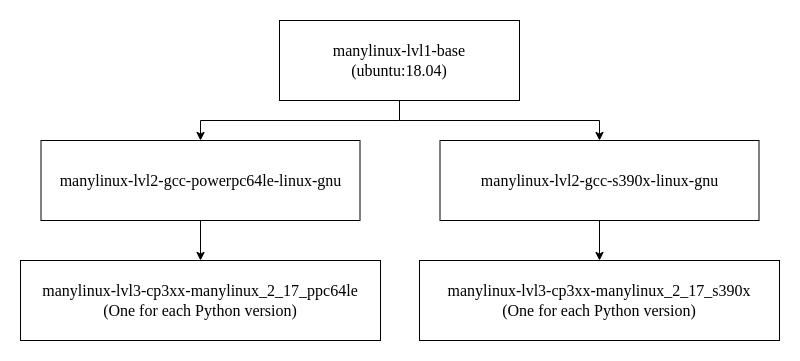
Before: images/manylinux/Docker_layer_graph_manylinux-part2.png, a diagram exported from draw.io (andreslilloortiz/pookie). Source tidied: cells renumbered, new cells last; positions are measured from the earlier drawing's top-left corner, leaving out a move shared by most shapes.
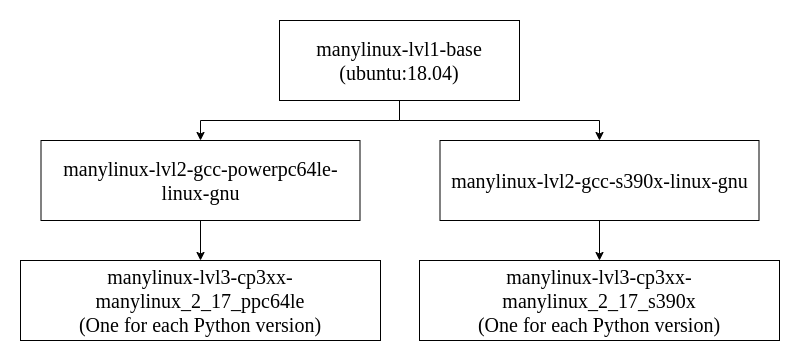
After the commit.

Commit message:
New docker layer images

The edit, as a diff of the source:
```diff
@@ -2,31 +2,31 @@
   <root>
     <mxCell id="0" />
     <mxCell id="1" parent="0" />
-    <mxCell id="2" value="&lt;font&gt;manylinux-lvl1-base&lt;/font&gt;&lt;div&gt;&lt;font&gt;(ubuntu:18.04)&lt;/font&gt;&lt;/div&gt;" style="rounded=0;whiteSpace=wrap;html=1;fontSize=16;gradientColor=none;fillColor=default;strokeColor=default;fontFamily=Times New Roman;" parent="1" vertex="1">
+    <mxCell id="2" value="&lt;font&gt;manylinux-lvl1-base&lt;/font&gt;&lt;div&gt;&lt;font&gt;(ubuntu:18.04)&lt;/font&gt;&lt;/div&gt;" style="rounded=0;whiteSpace=wrap;html=1;fontSize=20;gradientColor=none;fillColor=default;strokeColor=default;fontFamily=Times New Roman;" parent="1" vertex="1">
       <mxGeometry x="259" width="240" height="80" as="geometry" />
     </mxCell>
-    <mxCell id="3" value="&lt;font&gt;manylinux-lvl2-gcc-powerpc64le-linux-gnu&lt;/font&gt;" style="rounded=0;whiteSpace=wrap;html=1;strokeColor=default;fontSize=16;fontColor=default;fontFamily=Times New Roman;" parent="1" vertex="1">
+    <mxCell id="3" value="&lt;font&gt;manylinux-lvl2-gcc-powerpc64le-linux-gnu&lt;/font&gt;" style="rounded=0;whiteSpace=wrap;html=1;strokeColor=default;fontSize=20;fontColor=default;fontFamily=Times New Roman;" parent="1" vertex="1">
       <mxGeometry x="20.5" y="120" width="319" height="80" as="geometry" />
     </mxCell>
-    <mxCell id="4" value="&lt;font&gt;manylinux-&lt;span style=&quot;&quot;&gt;lvl3&lt;/span&gt;-&lt;span style=&quot;&quot;&gt;cp3xx-manylinux_2_17&lt;/span&gt;&lt;/font&gt;_ppc64le&lt;div&gt;&lt;font&gt;(One for each Python version)&lt;/font&gt;&lt;/div&gt;" style="rounded=0;whiteSpace=wrap;html=1;strokeColor=default;fontSize=16;fontColor=default;fontFamily=Times New Roman;" parent="1" vertex="1">
+    <mxCell id="4" value="&lt;font&gt;manylinux-&lt;span&gt;lvl3&lt;/span&gt;-&lt;span&gt;cp3xx-manylinux_2_17&lt;/span&gt;&lt;/font&gt;_ppc64le&lt;div&gt;&lt;font&gt;(One for each Python version)&lt;/font&gt;&lt;/div&gt;" style="rounded=0;whiteSpace=wrap;html=1;strokeColor=default;fontSize=20;fontColor=default;fontFamily=Times New Roman;" parent="1" vertex="1">
       <mxGeometry y="240" width="360" height="80" as="geometry" />
     </mxCell>
-    <mxCell id="5" style="edgeStyle=orthogonalEdgeStyle;rounded=0;jettySize=auto;html=1;exitX=0.5;exitY=1;exitDx=0;exitDy=0;entryX=0.5;entryY=0;entryDx=0;entryDy=0;fontSize=16;fontColor=default;fontFamily=Times New Roman;" parent="1" edge="1" source="3" target="4">
+    <mxCell id="5" style="edgeStyle=orthogonalEdgeStyle;rounded=0;jettySize=auto;html=1;exitX=0.5;exitY=1;exitDx=0;exitDy=0;entryX=0.5;entryY=0;entryDx=0;entryDy=0;fontSize=20;fontColor=default;fontFamily=Times New Roman;" parent="1" edge="1" source="3" target="4">
       <mxGeometry relative="1" as="geometry" />
     </mxCell>
-    <mxCell id="6" style="edgeStyle=orthogonalEdgeStyle;rounded=0;jettySize=auto;html=1;exitX=0.5;exitY=1;exitDx=0;exitDy=0;entryX=0.5;entryY=0;entryDx=0;entryDy=0;fontSize=16;fontColor=default;fontFamily=Times New Roman;" parent="1" edge="1" source="2" target="3">
+    <mxCell id="6" style="edgeStyle=orthogonalEdgeStyle;rounded=0;jettySize=auto;html=1;exitX=0.5;exitY=1;exitDx=0;exitDy=0;entryX=0.5;entryY=0;entryDx=0;entryDy=0;fontSize=20;fontColor=default;fontFamily=Times New Roman;" parent="1" edge="1" source="2" target="3">
       <mxGeometry relative="1" as="geometry" />
     </mxCell>
-    <mxCell id="7" value="&lt;font&gt;manylinux-lvl2-gcc-s390x-linux-gnu&lt;/font&gt;" style="rounded=0;whiteSpace=wrap;html=1;strokeColor=default;fontSize=16;fontColor=default;fontFamily=Times New Roman;" parent="1" vertex="1">
+    <mxCell id="7" value="&lt;font&gt;manylinux-lvl2-gcc-s390x-linux-gnu&lt;/font&gt;" style="rounded=0;whiteSpace=wrap;html=1;strokeColor=default;fontSize=20;fontColor=default;fontFamily=Times New Roman;" parent="1" vertex="1">
       <mxGeometry x="419.5" y="120" width="319" height="80" as="geometry" />
     </mxCell>
-    <mxCell id="8" value="&lt;font&gt;manylinux-&lt;span style=&quot;&quot;&gt;lvl3&lt;/span&gt;-&lt;span style=&quot;&quot;&gt;cp3xx-manylinux_2_17&lt;/span&gt;&lt;/font&gt;_s390x&lt;div&gt;&lt;font&gt;(One for each Python version)&lt;/font&gt;&lt;/div&gt;" style="rounded=0;whiteSpace=wrap;html=1;strokeColor=default;fontSize=16;fontColor=default;fontFamily=Times New Roman;" parent="1" vertex="1">
+    <mxCell id="8" value="&lt;font&gt;manylinux-&lt;span&gt;lvl3&lt;/span&gt;-&lt;span&gt;cp3xx-manylinux_2_17&lt;/span&gt;&lt;/font&gt;_s390x&lt;div&gt;&lt;font&gt;(One for each Python version)&lt;/font&gt;&lt;/div&gt;" style="rounded=0;whiteSpace=wrap;html=1;strokeColor=default;fontSize=20;fontColor=default;fontFamily=Times New Roman;" parent="1" vertex="1">
       <mxGeometry x="399" y="240" width="360" height="80" as="geometry" />
     </mxCell>
-    <mxCell id="9" style="edgeStyle=orthogonalEdgeStyle;rounded=0;jettySize=auto;html=1;exitX=0.5;exitY=1;exitDx=0;exitDy=0;entryX=0.5;entryY=0;entryDx=0;entryDy=0;fontSize=16;fontColor=default;fontFamily=Times New Roman;" parent="1" edge="1" source="7" target="8">
+    <mxCell id="9" style="edgeStyle=orthogonalEdgeStyle;rounded=0;jettySize=auto;html=1;exitX=0.5;exitY=1;exitDx=0;exitDy=0;entryX=0.5;entryY=0;entryDx=0;entryDy=0;fontSize=20;fontColor=default;fontFamily=Times New Roman;" parent="1" edge="1" source="7" target="8">
       <mxGeometry relative="1" as="geometry" />
     </mxCell>
-    <mxCell id="10" style="edgeStyle=orthogonalEdgeStyle;rounded=0;jettySize=auto;html=1;exitX=0.5;exitY=1;exitDx=0;exitDy=0;entryX=0.5;entryY=0;entryDx=0;entryDy=0;fontSize=16;fontColor=default;fontFamily=Times New Roman;" parent="1" edge="1" source="2" target="7">
+    <mxCell id="10" style="edgeStyle=orthogonalEdgeStyle;rounded=0;jettySize=auto;html=1;exitX=0.5;exitY=1;exitDx=0;exitDy=0;entryX=0.5;entryY=0;entryDx=0;entryDy=0;fontSize=20;fontColor=default;fontFamily=Times New Roman;" parent="1" edge="1" source="2" target="7">
       <mxGeometry relative="1" as="geometry" />
     </mxCell>
   </root>
```
